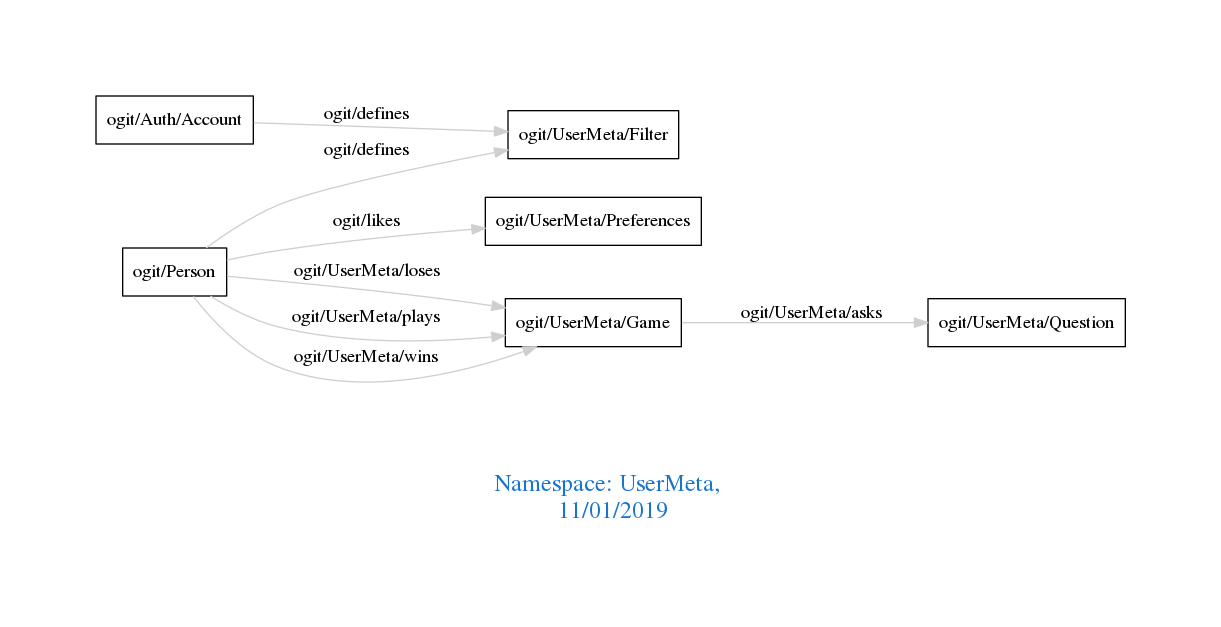
arago/OGIT keeps this Graphviz diagram as downloads/UserMeta.png. Above is the earlier version. Its source is kept beside it as downloads/UserMeta.dot.
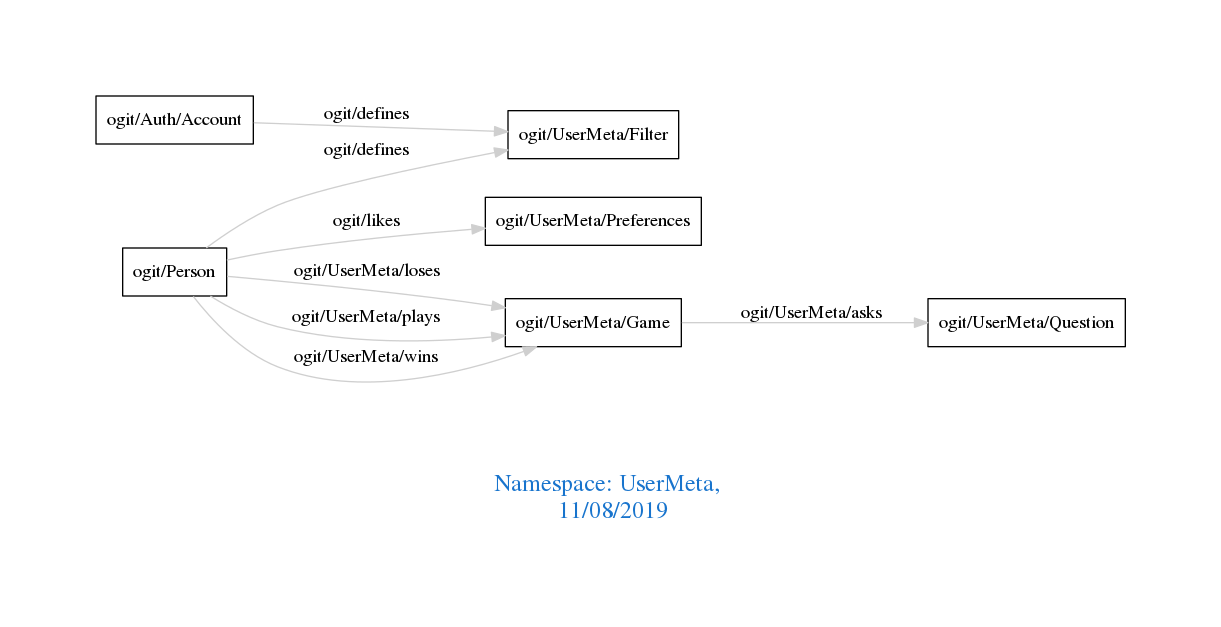
After the commit.

Change to the diagram source:
```diff
@@ -1,7 +1,7 @@
 digraph OGIT_ontology {
  graph [ rankdir= LR,pad=1
 fontsize = 18,
-fontcolor= dodgerblue3,label = "\n\n\nNamespace: UserMeta, \n 11/01/2019"];
+fontcolor= dodgerblue3,label = "\n\n\nNamespace: UserMeta, \n 11/08/2019"];
 node[shape=polygon];
 edge [  color="gray81"];
 
```
